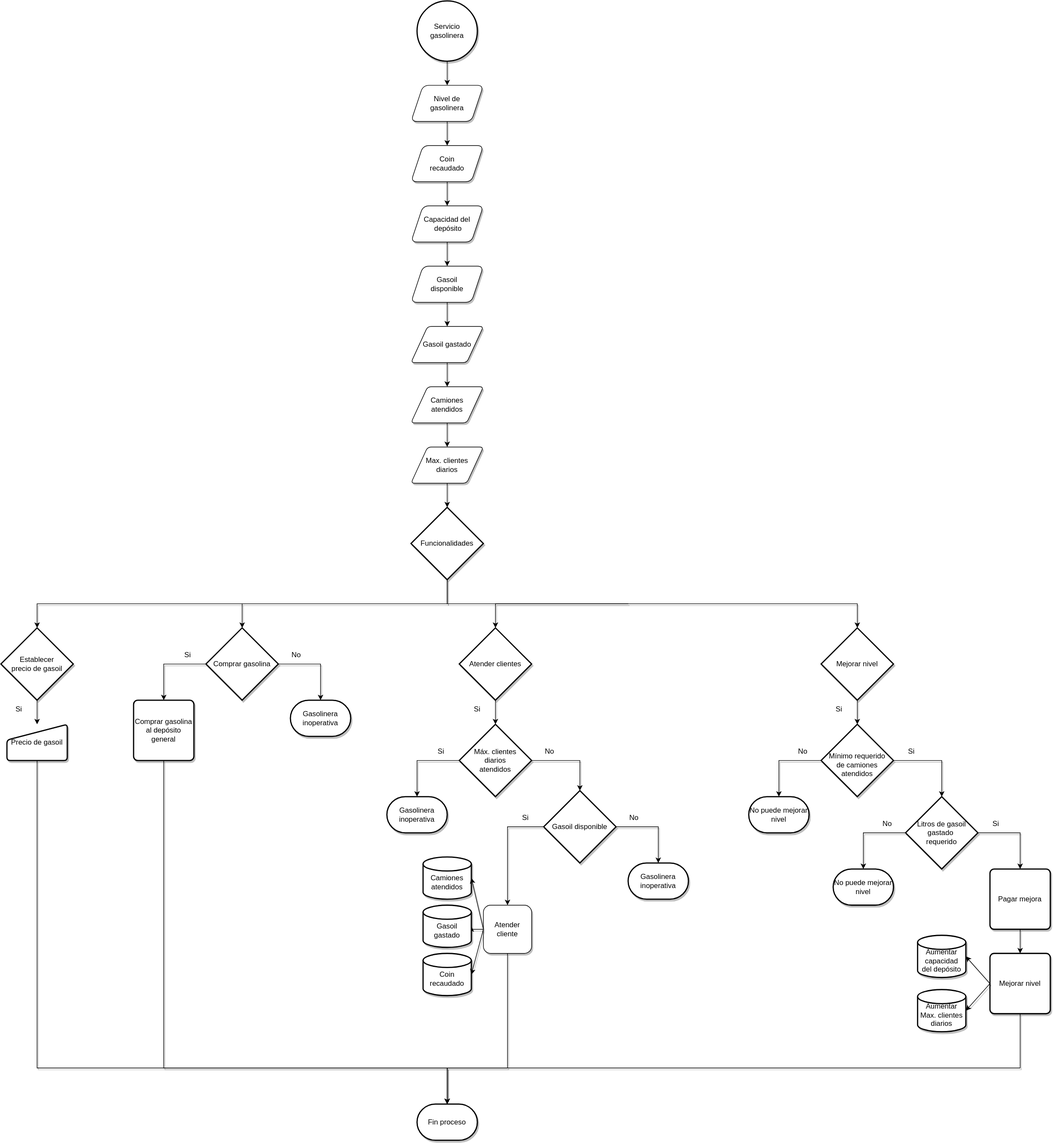
JuanLuisCorrea/Diagramas-de-flujo-para-servicios---WoT keeps this draw.io diagram as Gasolineras.svg. Above is the earlier version. Source tidied: cells renumbered, new cells last; positions are measured from the earlier drawing's top-left corner, leaving out a move shared by most shapes.
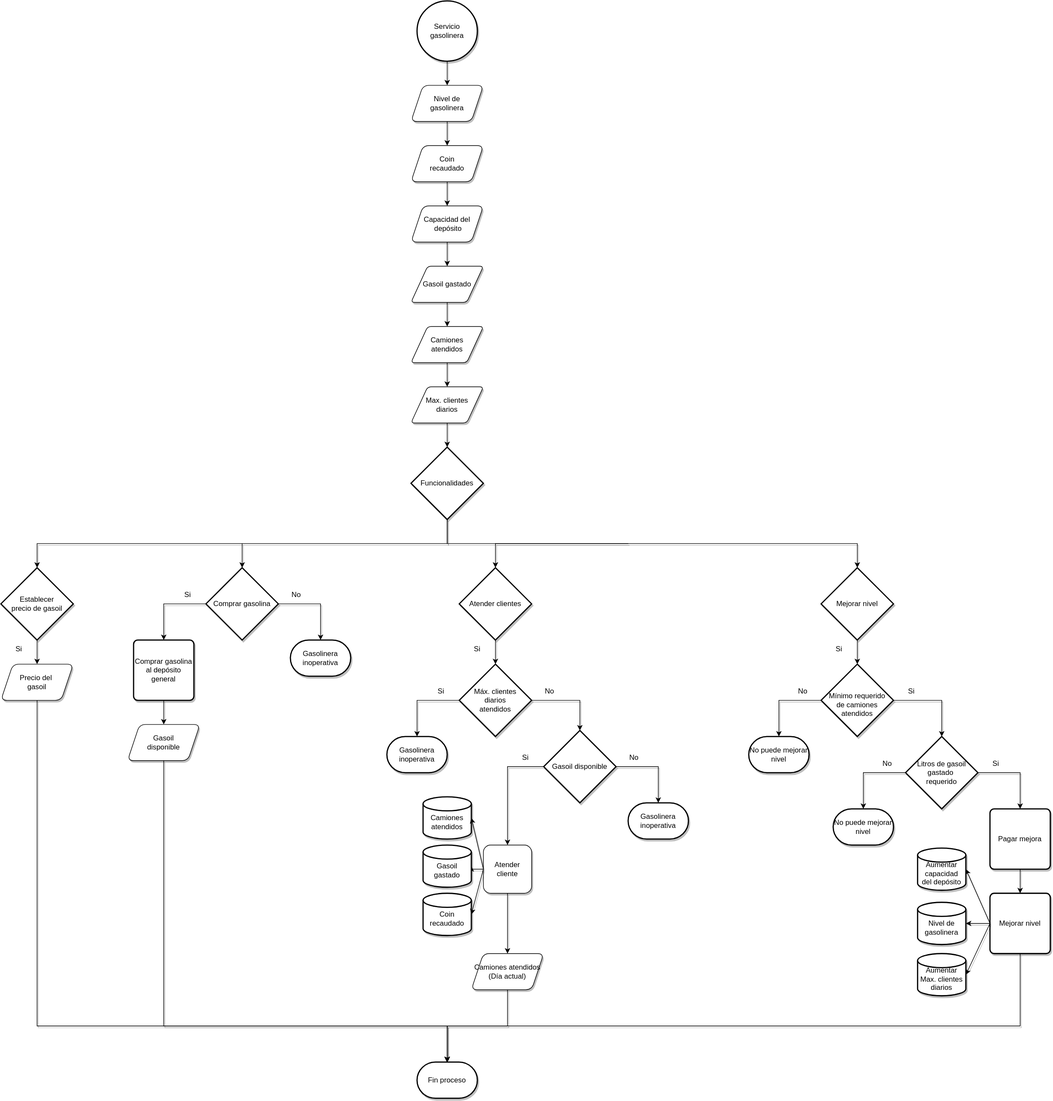
Above is the later version.

What changed in the source:
```diff
@@ -6,31 +6,27 @@
       <mxGeometry relative="1" as="geometry" />
     </mxCell>
     <mxCell id="3" value="Servicio gasolinera" style="strokeWidth=2;html=1;shape=mxgraph.flowchart.start_2;whiteSpace=wrap;shadow=1;" parent="1" vertex="1">
-      <mxGeometry x="690" width="100" height="100" as="geometry" />
+      <mxGeometry x="690" y="100" width="100" height="100" as="geometry" />
     </mxCell>
     <mxCell id="4" style="edgeStyle=orthogonalEdgeStyle;rounded=0;jettySize=auto;html=1;shadow=1;" parent="1" edge="1" source="5" target="7">
       <mxGeometry relative="1" as="geometry" />
     </mxCell>
     <mxCell id="5" value="Coin &lt;br&gt;recaudado" style="shape=parallelogram;perimeter=parallelogramPerimeter;whiteSpace=wrap;html=1;fixedSize=1;rounded=1;direction=west;shadow=1;" parent="1" vertex="1">
-      <mxGeometry x="680" y="240" width="120" height="60" as="geometry" />
+      <mxGeometry x="680" y="340" width="120" height="60" as="geometry" />
     </mxCell>
-    <mxCell id="6" style="edgeStyle=orthogonalEdgeStyle;rounded=0;jettySize=auto;html=1;shadow=1;" parent="1" edge="1" source="7" target="9">
-      <mxGeometry relative="1" as="geometry" />
-    </mxCell>
     <mxCell id="7" value="Capacidad del&lt;br&gt;&amp;nbsp;depósito" style="shape=parallelogram;perimeter=parallelogramPerimeter;whiteSpace=wrap;html=1;fixedSize=1;rounded=1;shadow=1;" parent="1" vertex="1">
-      <mxGeometry x="680" y="340" width="120" height="60" as="geometry" />
+      <mxGeometry x="680" y="440" width="120" height="60" as="geometry" />
     </mxCell>
-    <mxCell id="8" style="edgeStyle=orthogonalEdgeStyle;rounded=0;jettySize=auto;html=1;shadow=1;" parent="1" edge="1" source="9" target="13">
-      <mxGeometry relative="1" as="geometry" />
+    <mxCell id="8" style="edgeStyle=orthogonalEdgeStyle;rounded=0;jettySize=auto;html=1;shadow=1;" parent="1" edge="1" target="13">
+      <mxGeometry relative="1" as="geometry">
+        <mxPoint x="740" y="500" as="sourcePoint" />
+      </mxGeometry>
     </mxCell>
-    <mxCell id="9" value="Gasoil &lt;br&gt;disponible" style="shape=parallelogram;perimeter=parallelogramPerimeter;whiteSpace=wrap;html=1;fixedSize=1;rounded=1;sketch=0;shadow=1;" parent="1" vertex="1">
-      <mxGeometry x="680" y="440" width="120" height="60" as="geometry" />
-    </mxCell>
     <mxCell id="10" style="edgeStyle=orthogonalEdgeStyle;rounded=0;jettySize=auto;html=1;shadow=1;" parent="1" edge="1" source="11" target="5">
       <mxGeometry relative="1" as="geometry" />
     </mxCell>
     <mxCell id="11" value="Nivel de &lt;br&gt;gasolinera" style="shape=parallelogram;perimeter=parallelogramPerimeter;whiteSpace=wrap;html=1;fixedSize=1;rounded=1;shadow=1;" parent="1" vertex="1">
-      <mxGeometry x="680" y="140" width="120" height="60" as="geometry" />
+      <mxGeometry x="680" y="240" width="120" height="60" as="geometry" />
     </mxCell>
     <mxCell id="12" style="edgeStyle=orthogonalEdgeStyle;rounded=0;jettySize=auto;html=1;shadow=1;" parent="1" edge="1" source="13" target="15">
       <mxGeometry relative="1" as="geometry" />
@@ -63,23 +59,23 @@
     <mxCell id="20" value="Funcionalidades" style="strokeWidth=2;html=1;shape=mxgraph.flowchart.decision;whiteSpace=wrap;shadow=1;" parent="1" vertex="1">
       <mxGeometry x="680" y="840" width="120" height="120" as="geometry" />
     </mxCell>
-    <mxCell id="21" style="edgeStyle=orthogonalEdgeStyle;rounded=0;jettySize=auto;html=1;shadow=1;" parent="1" edge="1" source="22" target="24">
-      <mxGeometry relative="1" as="geometry" />
+    <mxCell id="21" style="edgeStyle=orthogonalEdgeStyle;rounded=0;jettySize=auto;html=1;shadow=1;" parent="1" edge="1" source="22">
+      <mxGeometry relative="1" as="geometry">
+        <mxPoint x="60" y="1200" as="targetPoint" />
+      </mxGeometry>
     </mxCell>
     <mxCell id="22" value="&lt;span&gt;Establecer &lt;br&gt;precio de gasoil&lt;/span&gt;" style="strokeWidth=2;html=1;shape=mxgraph.flowchart.decision;whiteSpace=wrap;shadow=1;" parent="1" vertex="1">
       <mxGeometry y="1040" width="120" height="120" as="geometry" />
     </mxCell>
-    <mxCell id="23" style="edgeStyle=orthogonalEdgeStyle;rounded=0;jettySize=auto;html=1;entryX=0.5;entryY=0;entryDx=0;entryDy=0;entryPerimeter=0;shadow=1;" parent="1" edge="1" source="24" target="82">
+    <mxCell id="23" style="edgeStyle=orthogonalEdgeStyle;rounded=0;jettySize=auto;html=1;entryX=0.5;entryY=0;entryDx=0;entryDy=0;entryPerimeter=0;shadow=1;" parent="1" edge="1" target="82">
       <mxGeometry relative="1" as="geometry">
+        <mxPoint x="60" y="1260" as="sourcePoint" />
         <Array as="points">
-          <mxPoint x="60" y="1770" />
-          <mxPoint x="740" y="1770" />
+          <mxPoint x="60" y="1800" />
+          <mxPoint x="740" y="1800" />
         </Array>
       </mxGeometry>
     </mxCell>
-    <mxCell id="24" value="Precio de gasoil" style="html=1;strokeWidth=2;shape=manualInput;whiteSpace=wrap;rounded=1;size=26;arcSize=11;shadow=1;" parent="1" vertex="1">
-      <mxGeometry x="10" y="1200" width="100" height="60" as="geometry" />
-    </mxCell>
     <mxCell id="25" style="edgeStyle=orthogonalEdgeStyle;rounded=0;jettySize=auto;html=1;exitX=0;exitY=0.5;exitDx=0;exitDy=0;exitPerimeter=0;entryX=0.5;entryY=0;entryDx=0;entryDy=0;shadow=1;" parent="1" edge="1" source="27" target="30">
       <mxGeometry relative="1" as="geometry" />
     </mxCell>
@@ -94,14 +90,9 @@
         <mxPoint x="400" y="1000" as="sourcePoint" />
       </mxGeometry>
     </mxCell>
-    <mxCell id="29" style="edgeStyle=orthogonalEdgeStyle;rounded=0;jettySize=auto;html=1;entryX=0.5;entryY=0;entryDx=0;entryDy=0;entryPerimeter=0;shadow=1;" parent="1" edge="1" source="30" target="82">
-      <mxGeometry relative="1" as="geometry">
-        <Array as="points">
-          <mxPoint x="270" y="1770" />
-          <mxPoint x="740" y="1770" />
-        </Array>
-      </mxGeometry>
-    </mxCell>
+    <mxCell id="83" style="edgeStyle=orthogonalEdgeStyle;rounded=0;jettySize=auto;html=1;shadow=1;" parent="1" edge="1" source="30" target="9">
+      <mxGeometry relative="1" as="geometry" />
+    </mxCell>
     <mxCell id="30" value="Comprar gasolina al depósito general" style="rounded=1;whiteSpace=wrap;html=1;absoluteArcSize=1;arcSize=14;strokeWidth=2;shadow=1;" parent="1" vertex="1">
       <mxGeometry x="220" y="1160" width="100" height="100" as="geometry" />
     </mxCell>
@@ -158,14 +149,9 @@
     <mxCell id="47" style="edgeStyle=orthogonalEdgeStyle;rounded=0;jettySize=auto;html=1;exitX=0;exitY=0.5;exitDx=0;exitDy=0;entryX=1;entryY=0.5;entryDx=0;entryDy=0;entryPerimeter=0;shadow=1;" parent="1" edge="1" source="49" target="54">
       <mxGeometry relative="1" as="geometry" />
     </mxCell>
-    <mxCell id="48" style="edgeStyle=orthogonalEdgeStyle;rounded=0;jettySize=auto;html=1;entryX=0.5;entryY=0;entryDx=0;entryDy=0;entryPerimeter=0;shadow=1;" parent="1" edge="1" source="49" target="82">
-      <mxGeometry relative="1" as="geometry">
-        <Array as="points">
-          <mxPoint x="840" y="1770" />
-          <mxPoint x="740" y="1770" />
-        </Array>
-      </mxGeometry>
-    </mxCell>
+    <mxCell id="84" style="edgeStyle=orthogonalEdgeStyle;rounded=0;jettySize=auto;html=1;shadow=1;" parent="1" edge="1" source="49" target="90">
+      <mxGeometry relative="1" as="geometry" />
+    </mxCell>
     <mxCell id="49" value="Atender cliente" style="whiteSpace=wrap;html=1;rounded=1;shadow=1;sketch=0;" parent="1" vertex="1">
       <mxGeometry x="800" y="1500" width="80" height="80" as="geometry" />
     </mxCell>
@@ -252,19 +238,22 @@
     <mxCell id="76" style="edgeStyle=orthogonalEdgeStyle;rounded=0;jettySize=auto;html=1;entryX=0.5;entryY=0;entryDx=0;entryDy=0;entryPerimeter=0;shadow=1;" parent="1" edge="1" source="77" target="82">
       <mxGeometry relative="1" as="geometry">
         <Array as="points">
-          <mxPoint x="1690" y="1770" />
-          <mxPoint x="740" y="1770" />
+          <mxPoint x="1690" y="1800" />
+          <mxPoint x="740" y="1800" />
         </Array>
       </mxGeometry>
     </mxCell>
+    <mxCell id="85" style="edgeStyle=orthogonalEdgeStyle;rounded=0;jettySize=auto;html=1;shadow=1;" parent="1" edge="1" source="77" target="88">
+      <mxGeometry relative="1" as="geometry" />
+    </mxCell>
     <mxCell id="77" value="Mejorar nivel" style="rounded=1;whiteSpace=wrap;html=1;absoluteArcSize=1;arcSize=14;strokeWidth=2;shadow=1;sketch=0;" parent="1" vertex="1">
       <mxGeometry x="1640" y="1580" width="100" height="100" as="geometry" />
     </mxCell>
     <mxCell id="78" value="&lt;br&gt;Aumentar&lt;br&gt;capacidad&lt;br&gt;del depósito" style="strokeWidth=2;html=1;shape=mxgraph.flowchart.database;whiteSpace=wrap;shadow=1;direction=east;" parent="1" vertex="1">
-      <mxGeometry x="1520" y="1550" width="80" height="70" as="geometry" />
+      <mxGeometry x="1520" y="1505" width="80" height="70" as="geometry" />
     </mxCell>
     <mxCell id="79" value="&lt;br&gt;Aumentar&lt;br&gt;Max. clientes&lt;br&gt;diarios" style="strokeWidth=2;html=1;shape=mxgraph.flowchart.database;whiteSpace=wrap;shadow=1;direction=east;" parent="1" vertex="1">
-      <mxGeometry x="1520" y="1640" width="80" height="70" as="geometry" />
+      <mxGeometry x="1520" y="1680" width="80" height="70" as="geometry" />
     </mxCell>
     <mxCell id="80" style="endArrow=classic;html=1;rounded=0;shadow=1;exitX=0;exitY=0.5;exitDx=0;exitDy=0;entryX=1;entryY=0.5;entryDx=0;entryDy=0;entryPerimeter=0;" parent="1" edge="1" source="77" target="78">
       <mxGeometry relative="1" as="geometry" />
@@ -273,7 +262,36 @@
       <mxGeometry relative="1" as="geometry" />
     </mxCell>
     <mxCell id="82" value="Fin proceso" style="strokeWidth=2;html=1;shape=mxgraph.flowchart.terminator;whiteSpace=wrap;rounded=1;shadow=1;sketch=0;" parent="1" vertex="1">
-      <mxGeometry x="690" y="1830" width="100" height="60" as="geometry" />
+      <mxGeometry x="690" y="1860" width="100" height="60" as="geometry" />
     </mxCell>
+    <mxCell id="86" style="edgeStyle=orthogonalEdgeStyle;rounded=0;jettySize=auto;html=1;entryX=0.5;entryY=0;entryDx=0;entryDy=0;entryPerimeter=0;shadow=1;" parent="1" edge="1" source="9" target="82">
+      <mxGeometry relative="1" as="geometry">
+        <Array as="points">
+          <mxPoint x="270" y="1800" />
+          <mxPoint x="740" y="1800" />
+        </Array>
+      </mxGeometry>
+    </mxCell>
+    <mxCell id="9" value="Gasoil &lt;br&gt;disponible" style="shape=parallelogram;perimeter=parallelogramPerimeter;whiteSpace=wrap;html=1;fixedSize=1;rounded=1;sketch=0;shadow=1;" parent="1" vertex="1">
+      <mxGeometry x="210" y="1300" width="120" height="60" as="geometry" />
+    </mxCell>
+    <mxCell id="87" value="Precio del&amp;nbsp;&lt;br&gt;gasoil" style="shape=parallelogram;perimeter=parallelogramPerimeter;whiteSpace=wrap;html=1;fixedSize=1;rounded=1;sketch=0;shadow=1;" parent="1" vertex="1">
+      <mxGeometry y="1200" width="120" height="60" as="geometry" />
+    </mxCell>
+    <mxCell id="88" value="&lt;br&gt;Nivel de gasolinera" style="strokeWidth=2;html=1;shape=mxgraph.flowchart.database;whiteSpace=wrap;shadow=1;direction=east;" parent="1" vertex="1">
+      <mxGeometry x="1520" y="1595" width="80" height="70" as="geometry" />
+    </mxCell>
+    <mxCell id="89" style="edgeStyle=orthogonalEdgeStyle;rounded=0;jettySize=auto;html=1;shadow=1;" parent="1" edge="1" source="90">
+      <mxGeometry relative="1" as="geometry">
+        <mxPoint x="740" y="1860.8" as="targetPoint" />
+        <Array as="points">
+          <mxPoint x="840" y="1800" />
+          <mxPoint x="740" y="1800" />
+        </Array>
+      </mxGeometry>
+    </mxCell>
+    <mxCell id="90" value="Camiones atendidos&lt;br&gt;(Día actual)" style="shape=parallelogram;perimeter=parallelogramPerimeter;whiteSpace=wrap;html=1;fixedSize=1;rounded=1;sketch=0;shadow=1;" parent="1" vertex="1">
+      <mxGeometry x="780" y="1680" width="120" height="60" as="geometry" />
+    </mxCell>
   </root>
 </mxGraphModel>
```
